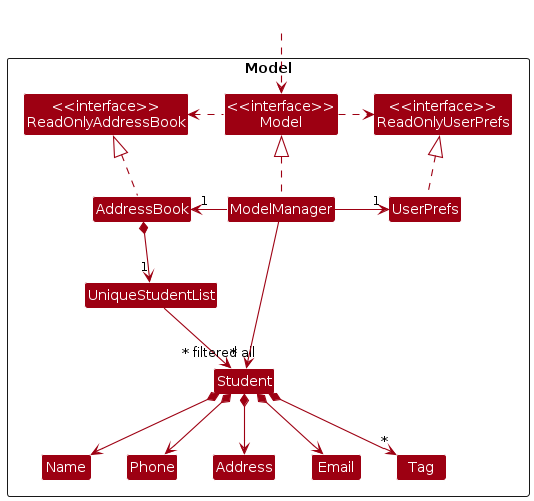
Above: docs/images/ModelClassDiagram.png in nus-cs2103-AY2223S1/tp (PlantUML), before the change. Source of this version:
```plantuml
@startuml
!include style.puml
skinparam arrowThickness 1.1
skinparam arrowColor MODEL_COLOR
skinparam classBackgroundColor MODEL_COLOR

Package Model <<Rectangle>>{
Class "<<interface>>\nReadOnlyAddressBook" as ReadOnlyAddressBook
Class "<<interface>>\nReadOnlyUserPrefs" as ReadOnlyUserPrefs
Class "<<interface>>\nModel" as Model
Class AddressBook
Class ModelManager
Class UserPrefs

Class UniqueStudentList
Class Student
Class Address
Class Email
Class Name
Class Phone
Class Tag

}

Class HiddenOutside #FFFFFF
HiddenOutside ..> Model

AddressBook .up.|> ReadOnlyAddressBook

ModelManager .up.|> Model
Model .right.> ReadOnlyUserPrefs
Model .left.> ReadOnlyAddressBook
ModelManager -left-> "1" AddressBook
ModelManager -right-> "1" UserPrefs
UserPrefs .up.|> ReadOnlyUserPrefs

AddressBook *--> "1" UniqueStudentList
UniqueStudentList --> "~* all" Student
Student *--> Name
Student *--> Phone
Student *--> Email
Student *--> Address
Student *--> "*" Tag

Name -[hidden]right-> Phone
Phone -[hidden]right-> Address
Address -[hidden]right-> Email

ModelManager -->"~* filtered" Student
@enduml
```
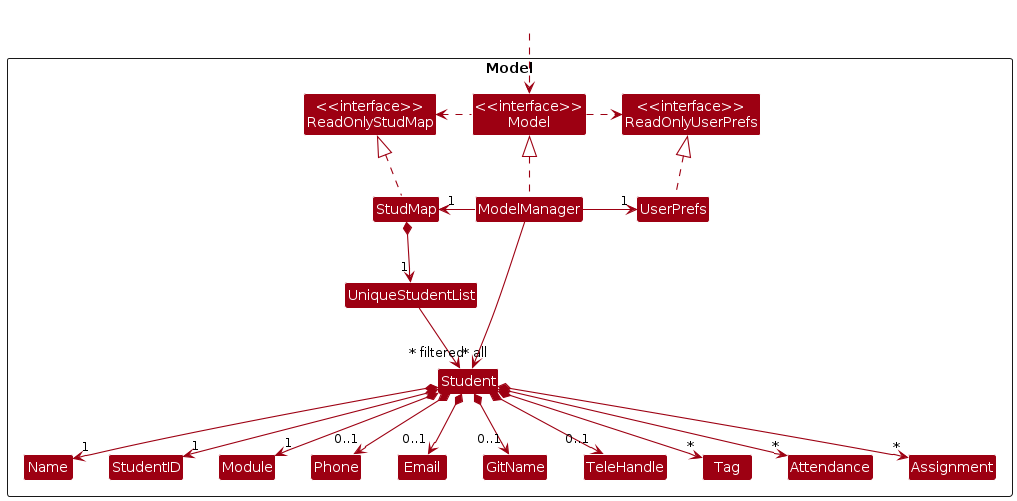
The same file after the commit.

The edit, as a diff of the source:
```diff
@@ -5,46 +5,53 @@
 skinparam classBackgroundColor MODEL_COLOR
 
 Package Model <<Rectangle>>{
-Class "<<interface>>\nReadOnlyAddressBook" as ReadOnlyAddressBook
+Class "<<interface>>\nReadOnlyStudMap" as ReadOnlyStudMap
 Class "<<interface>>\nReadOnlyUserPrefs" as ReadOnlyUserPrefs
 Class "<<interface>>\nModel" as Model
-Class AddressBook
+Class StudMap
 Class ModelManager
 Class UserPrefs
 
 Class UniqueStudentList
 Class Student
-Class Address
+Class Name
+Class StudentID
+Class Module
+Class Phone
 Class Email
-Class Name
-Class Phone
+Class GitName
+Class TeleHandle
 Class Tag
+Class Attendance
+Class Assignment
 
 }
 
 Class HiddenOutside #FFFFFF
 HiddenOutside ..> Model
 
-AddressBook .up.|> ReadOnlyAddressBook
+StudMap .up.|> ReadOnlyStudMap
 
 ModelManager .up.|> Model
 Model .right.> ReadOnlyUserPrefs
-Model .left.> ReadOnlyAddressBook
-ModelManager -left-> "1" AddressBook
+Model .left.> ReadOnlyStudMap
+ModelManager -left-> "1" StudMap
 ModelManager -right-> "1" UserPrefs
 UserPrefs .up.|> ReadOnlyUserPrefs
 
-AddressBook *--> "1" UniqueStudentList
+StudMap *--> "1" UniqueStudentList
 UniqueStudentList --> "~* all" Student
-Student *--> Name
-Student *--> Phone
-Student *--> Email
-Student *--> Address
+
+Student *--> "1" Name
+Student *--> "1" StudentID
+Student *--> "1" Module
+Student *--> "0..1" Phone
+Student *--> "0..1" Email
+Student *--> "0..1" GitName
+Student *--> "0..1" TeleHandle
 Student *--> "*" Tag
-
-Name -[hidden]right-> Phone
-Phone -[hidden]right-> Address
-Address -[hidden]right-> Email
+Student *--> "*" Attendance
+Student *--> "*" Assignment
 
 ModelManager -->"~* filtered" Student
 @enduml
```
